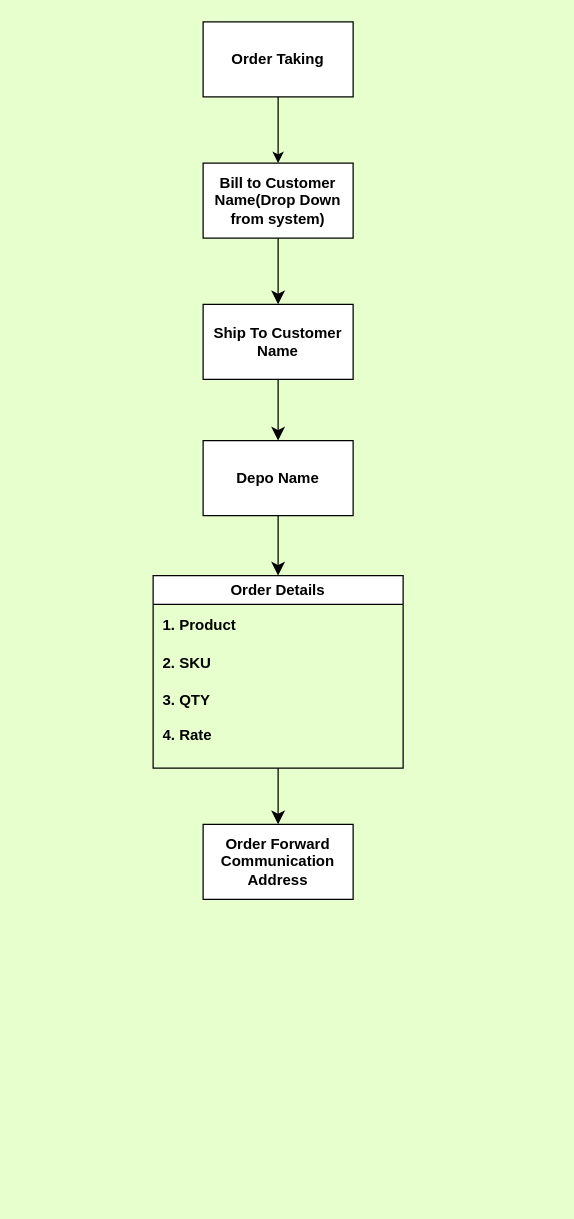
Before: page "Order Taking" (8 of 9) of customer visit workflow.drawio in SBOSE550/Customer-Visit-Data-Collection-Form, a draw.io diagram. Source tidied: cells renumbered, new cells numbered last; positions are measured from the earlier drawing's top-left corner, leaving out a move shared by most shapes. Both pictures are drawn from the tidied source at 125%, with x=0, y=0 at pixel (152, 21).
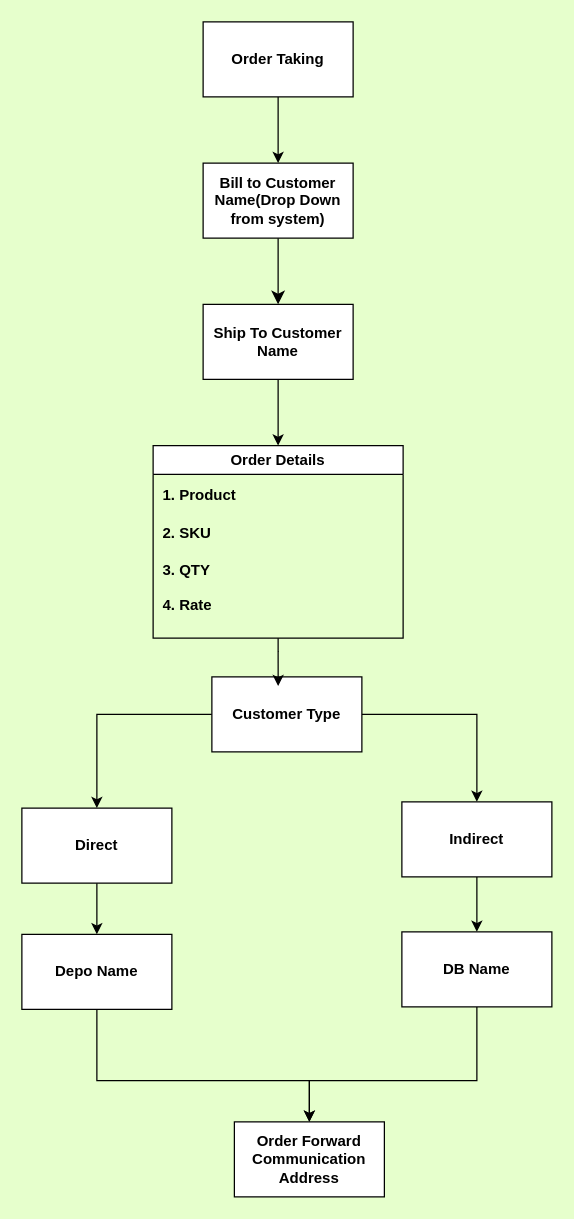
After the change.

The change refers to these unchanged cells:
```xml
<mxCell id="13" value="Ship To Customer Name" style="whiteSpace=wrap;html=1;fontStyle=1;startSize=23;" parent="1" vertex="1">
  <mxGeometry x="40" y="226" width="120" height="60" as="geometry" />
</mxCell>
```

Change to the diagram source:
```diff
@@
-    <mxCell id="6" style="edgeStyle=none;curved=1;rounded=0;jettySize=auto;html=1;fontSize=12;startSize=8;endSize=8;" parent="1" edge="1" source="7" target="17">
-      <mxGeometry relative="1" as="geometry" />
-    </mxCell>
     <mxCell id="7" value="Order Details" style="swimlane;whiteSpace=wrap;html=1;fontStyle=1;startSize=23;" parent="1" vertex="1">
-      <mxGeometry y="443" width="200" height="154" as="geometry" />
+      <mxGeometry y="339" width="200" height="154" as="geometry" />
     </mxCell>
@@
-    <mxCell id="12" style="edgeStyle=none;curved=1;rounded=0;jettySize=auto;html=1;entryX=0.5;entryY=0;entryDx=0;entryDy=0;fontSize=12;startSize=8;endSize=8;" parent="1" edge="1" source="13" target="15">
-      <mxGeometry relative="1" as="geometry" />
-    </mxCell>
+    <mxCell id="18" style="edgeStyle=orthogonalEdgeStyle;rounded=0;jettySize=auto;html=1;entryX=0.5;entryY=0;entryDx=0;entryDy=0;" parent="1" edge="1" source="13" target="7">
+      <mxGeometry relative="1" as="geometry" />
+    </mxCell>
@@
-    <mxCell id="14" style="edgeStyle=none;curved=1;rounded=0;jettySize=auto;html=1;fontSize=12;startSize=8;endSize=8;" parent="1" edge="1" source="15" target="7">
-      <mxGeometry relative="1" as="geometry" />
-    </mxCell>
-    <mxCell id="15" value="Depo Name" style="rounded=0;whiteSpace=wrap;html=1;fontStyle=1;" parent="1" vertex="1">
-      <mxGeometry x="40" y="335" width="120" height="60" as="geometry" />
-    </mxCell>
@@
     <mxCell id="17" value="Order Forward Communication Address" style="whiteSpace=wrap;html=1;fontStyle=1;startSize=23;" parent="1" vertex="1">
-      <mxGeometry x="40" y="642" width="120" height="60" as="geometry" />
+      <mxGeometry x="65" y="880" width="120" height="60" as="geometry" />
     </mxCell>
+    <mxCell id="19" style="edgeStyle=orthogonalEdgeStyle;rounded=0;jettySize=auto;html=1;entryX=0.5;entryY=0;entryDx=0;entryDy=0;" parent="1" edge="1" source="15" target="17">
+      <mxGeometry relative="1" as="geometry">
+        <Array as="points">
+          <mxPoint x="-45" y="847" />
+          <mxPoint x="125" y="847" />
+        </Array>
+      </mxGeometry>
+    </mxCell>
+    <mxCell id="15" value="Depo Name" style="rounded=0;whiteSpace=wrap;html=1;fontStyle=1;" parent="1" vertex="1">
+      <mxGeometry x="-105" y="730" width="120" height="60" as="geometry" />
+    </mxCell>
+    <mxCell id="20" style="edgeStyle=orthogonalEdgeStyle;rounded=0;jettySize=auto;html=1;" parent="1" edge="1" source="22" target="24">
+      <mxGeometry relative="1" as="geometry" />
+    </mxCell>
+    <mxCell id="21" style="edgeStyle=orthogonalEdgeStyle;rounded=0;jettySize=auto;html=1;" parent="1" edge="1" source="22" target="26">
+      <mxGeometry relative="1" as="geometry" />
+    </mxCell>
+    <mxCell id="22" value="Customer Type" style="rounded=0;whiteSpace=wrap;html=1;fontStyle=1;" parent="1" vertex="1">
+      <mxGeometry x="47" y="524" width="120" height="60" as="geometry" />
+    </mxCell>
+    <mxCell id="23" style="edgeStyle=orthogonalEdgeStyle;rounded=0;jettySize=auto;html=1;entryX=0.5;entryY=0;entryDx=0;entryDy=0;" parent="1" edge="1" source="24" target="15">
+      <mxGeometry relative="1" as="geometry" />
+    </mxCell>
+    <mxCell id="24" value="Direct" style="rounded=0;whiteSpace=wrap;html=1;fontStyle=1;" parent="1" vertex="1">
+      <mxGeometry x="-105" y="629" width="120" height="60" as="geometry" />
+    </mxCell>
+    <mxCell id="25" style="edgeStyle=orthogonalEdgeStyle;rounded=0;jettySize=auto;html=1;entryX=0.5;entryY=0;entryDx=0;entryDy=0;" parent="1" edge="1" source="26" target="28">
+      <mxGeometry relative="1" as="geometry" />
+    </mxCell>
+    <mxCell id="26" value="Indirect" style="rounded=0;whiteSpace=wrap;html=1;fontStyle=1;" parent="1" vertex="1">
+      <mxGeometry x="199" y="624" width="120" height="60" as="geometry" />
+    </mxCell>
+    <mxCell id="27" style="edgeStyle=orthogonalEdgeStyle;rounded=0;jettySize=auto;html=1;entryX=0.5;entryY=0;entryDx=0;entryDy=0;" parent="1" edge="1" source="28" target="17">
+      <mxGeometry relative="1" as="geometry">
+        <Array as="points">
+          <mxPoint x="259" y="847" />
+          <mxPoint x="125" y="847" />
+        </Array>
+      </mxGeometry>
+    </mxCell>
+    <mxCell id="28" value="DB Name" style="rounded=0;whiteSpace=wrap;html=1;fontStyle=1;" parent="1" vertex="1">
+      <mxGeometry x="199" y="728" width="120" height="60" as="geometry" />
+    </mxCell>
+    <mxCell id="29" style="edgeStyle=orthogonalEdgeStyle;rounded=0;jettySize=auto;html=1;entryX=0.442;entryY=0.123;entryDx=0;entryDy=0;entryPerimeter=0;" parent="1" edge="1" source="7" target="22">
+      <mxGeometry relative="1" as="geometry" />
+    </mxCell>
```
